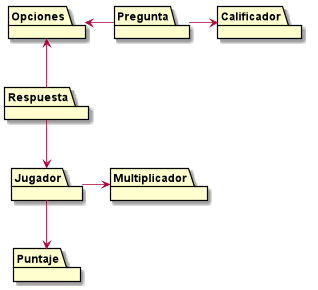
Alex1161/TP2 keeps this PlantUML diagram as src/main/java/edu/fiuba/algo3/Diagramas/png/Diagrama_de_paquetes.png. Above is the earlier version. Source of this version:
```plantuml
@startuml

Package "Calificador"

Package "Puntaje"

Package "Opciones"

Package "Pregunta"

Package "Opciones"

Package "Respuesta"

Package "Jugador"

Package "Multiplicador"

Pregunta -right-> Calificador
Pregunta -left-> Opciones
Respuesta -up-> Opciones
Respuesta --> Jugador
Jugador -right-> Multiplicador
Jugador --> Puntaje

@enduml
```
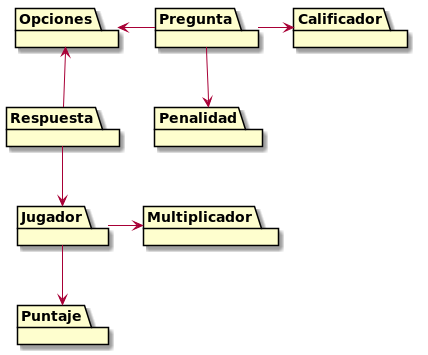
The same file after the commit.

The edit, as a diff of the source:
```diff
@@ -1,6 +1,8 @@
 @startuml
 
 Package "Calificador"
+
+Package "Penalidad"
 
 Package "Puntaje"
 
@@ -17,6 +19,7 @@
 Package "Multiplicador"
 
 Pregunta -right-> Calificador
+Pregunta -down-> Penalidad
 Pregunta -left-> Opciones
 Respuesta -up-> Opciones
 Respuesta --> Jugador
```
